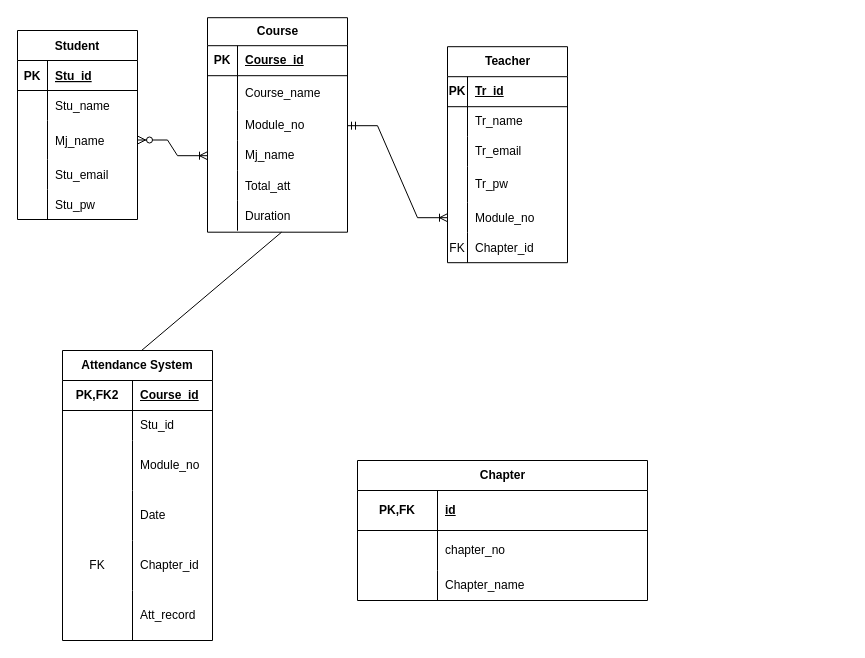
Above: ER.drawio in KhunMaungNgwee/InternShipProject (draw.io), before the change. Source tidied: cells renumbered, new cells numbered last; positions are measured from the earlier drawing's top-left corner, leaving out a move shared by most shapes. Both pictures are drawn from the tidied source at 100%, with x=0, y=0 at pixel (17, 17).
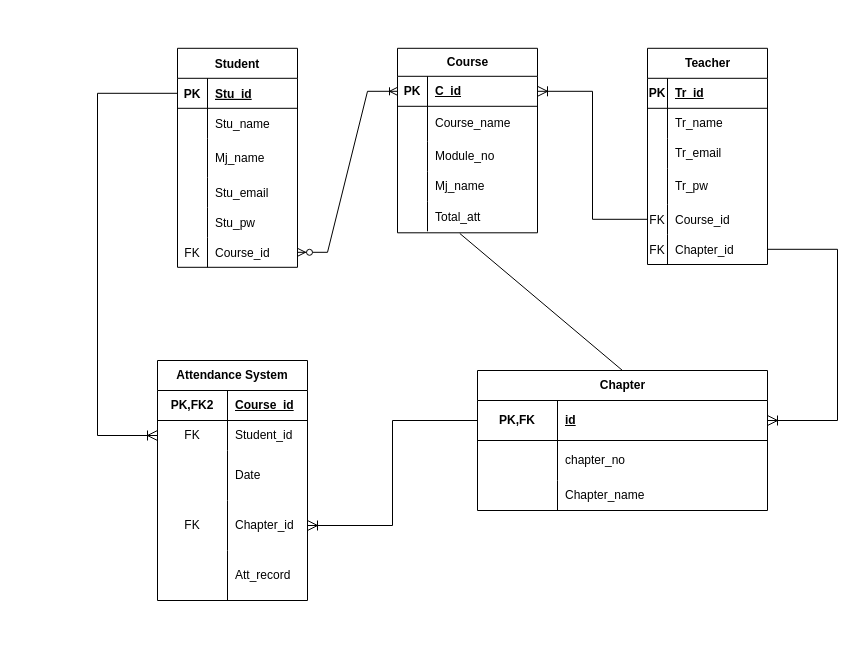
Above is the later version.

Unchanged cells that the change refers to:
```xml
<mxCell id="3" style="shape=partialRectangle;fillColor=none;points=[[0,0.5],[1,0.5]];portConstraint=eastwest;top=0;left=0;right=0;bottom=1;" parent="2" vertex="1">
  <mxGeometry y="30" width="120" height="30" as="geometry" />
</mxCell>
<mxCell id="9" style="shape=tableRow;horizontal=0;startSize=0;swimlaneHead=0;swimlaneBody=0;fillColor=none;points=[[0,0.5],[1,0.5]];portConstraint=eastwest;top=0;left=0;right=0;bottom=0;" parent="2" vertex="1">
  <mxGeometry y="90" width="120" height="39" as="geometry" />
</mxCell>
<mxCell id="19" style="shape=tableRow;horizontal=0;startSize=0;swimlaneHead=0;swimlaneBody=0;fillColor=none;points=[[0,0.5],[1,0.5]];portConstraint=eastwest;top=0;left=0;right=0;bottom=1;" parent="18" vertex="1">
  <mxGeometry y="28" width="140" height="30" as="geometry" />
</mxCell>
<mxCell id="25" style="shape=tableRow;horizontal=0;startSize=0;swimlaneHead=0;swimlaneBody=0;fillColor=none;points=[[0,0.5],[1,0.5]];portConstraint=eastwest;top=0;left=0;right=0;bottom=0;" parent="18" vertex="1">
  <mxGeometry y="93" width="140" height="30" as="geometry" />
</mxCell>
<mxCell id="28" style="shape=tableRow;horizontal=0;startSize=0;swimlaneHead=0;swimlaneBody=0;fillColor=none;points=[[0,0.5],[1,0.5]];portConstraint=eastwest;top=0;left=0;right=0;bottom=0;" parent="18" vertex="1">
  <mxGeometry y="123" width="140" height="30" as="geometry" />
</mxCell>
<mxCell id="31" style="shape=tableRow;horizontal=0;startSize=0;swimlaneHead=0;swimlaneBody=0;fillColor=none;points=[[0,0.5],[1,0.5]];portConstraint=eastwest;top=0;left=0;right=0;bottom=0;" parent="18" vertex="1">
  <mxGeometry y="153" width="140" height="30" as="geometry" />
</mxCell>
<mxCell id="41" style="shape=tableRow;horizontal=0;startSize=0;swimlaneHead=0;swimlaneBody=0;fillColor=none;points=[[0,0.5],[1,0.5]];portConstraint=eastwest;top=0;left=0;right=0;bottom=0;html=1;" parent="37" vertex="1">
  <mxGeometry y="60" width="150" height="30" as="geometry" />
</mxCell>
<mxCell id="79" style="shape=tableRow;horizontal=0;startSize=0;swimlaneHead=0;swimlaneBody=0;fillColor=none;points=[[0,0.5],[1,0.5]];portConstraint=eastwest;top=0;left=0;right=0;bottom=1;" parent="78" vertex="1">
  <mxGeometry y="30" width="290" height="40" as="geometry" />
</mxCell>
```

Change to the diagram source:
```diff
@@
     <mxCell id="2" value="Student" style="shape=table;startSize=30;childLayout=tableLayout;rowLines=0;fontStyle=1;align=center;" parent="1" vertex="1">
-      <mxGeometry y="13" width="120" height="189" as="geometry" />
+      <mxGeometry x="160" y="30.8" width="120" height="219" as="geometry" />
     </mxCell>
@@
+    <mxCell id="88" style="shape=tableRow;horizontal=0;startSize=0;swimlaneHead=0;swimlaneBody=0;fillColor=none;top=0;left=0;right=0;bottom=0;" parent="2" vertex="1">
+      <mxGeometry y="159" width="120" height="30" as="geometry" />
+    </mxCell>
+    <mxCell id="35" style="shape=partialRectangle;fillColor=none;top=0;left=0;bottom=0;right=0;overflow=hidden;" parent="88" vertex="1">
+      <mxGeometry width="30" height="30" as="geometry" />
+    </mxCell>
+    <mxCell id="89" value="Stu_pw" style="shape=partialRectangle;fillColor=none;top=0;left=0;bottom=0;right=0;align=left;spacingLeft=6;overflow=hidden;" parent="88" vertex="1">
+      <mxGeometry x="30" width="90" height="30" as="geometry" />
+    </mxCell>
     <mxCell id="15" style="shape=tableRow;horizontal=0;startSize=0;swimlaneHead=0;swimlaneBody=0;fillColor=none;points=[[0,0.5],[1,0.5]];portConstraint=eastwest;top=0;left=0;right=0;bottom=0;" parent="2" vertex="1">
-      <mxGeometry y="159" width="120" height="30" as="geometry" />
+      <mxGeometry y="189" width="120" height="30" as="geometry" />
     </mxCell>
-    <mxCell id="16" style="shape=partialRectangle;fillColor=none;top=0;left=0;bottom=0;right=0;overflow=hidden;" parent="15" vertex="1">
+    <mxCell id="16" value="FK" style="shape=partialRectangle;fillColor=none;top=0;left=0;bottom=0;right=0;overflow=hidden;" parent="15" vertex="1">
       <mxGeometry width="30" height="30" as="geometry" />
     </mxCell>
-    <mxCell id="17" value="Stu_pw" style="shape=partialRectangle;fillColor=none;top=0;left=0;bottom=0;right=0;align=left;spacingLeft=6;overflow=hidden;" parent="15" vertex="1">
+    <mxCell id="17" value="Course_id" style="shape=partialRectangle;fillColor=none;top=0;left=0;bottom=0;right=0;align=left;spacingLeft=6;overflow=hidden;" parent="15" vertex="1">
       <mxGeometry x="30" width="90" height="30" as="geometry" />
     </mxCell>
     <mxCell id="18" value="Course" style="shape=table;startSize=28;childLayout=tableLayout;rowLines=0;fontStyle=1;align=center;html=1;" parent="1" vertex="1">
-      <mxGeometry x="190" y="0.2" width="140" height="214.5" as="geometry" />
+      <mxGeometry x="380" y="30.8" width="140" height="184.5" as="geometry" />
     </mxCell>
@@
-    <mxCell id="21" value="Course_id" style="shape=partialRectangle;fillColor=none;top=0;left=0;bottom=0;right=0;align=left;spacingLeft=6;fontStyle=5;overflow=hidden;whiteSpace=wrap;html=1;" parent="19" vertex="1">
+    <mxCell id="21" value="C_id" style="shape=partialRectangle;fillColor=none;top=0;left=0;bottom=0;right=0;align=left;spacingLeft=6;fontStyle=5;overflow=hidden;whiteSpace=wrap;html=1;" parent="19" vertex="1">
       <mxGeometry x="30" width="110" height="30" as="geometry" />
     </mxCell>
@@
-    <mxCell id="34" style="shape=tableRow;horizontal=0;startSize=0;swimlaneHead=0;swimlaneBody=0;fillColor=none;points=[[0,0.5],[1,0.5]];portConstraint=eastwest;top=0;left=0;right=0;bottom=0;" parent="18" vertex="1">
-      <mxGeometry y="183" width="140" height="30" as="geometry" />
-    </mxCell>
-    <mxCell id="35" style="shape=partialRectangle;fillColor=none;top=0;left=0;bottom=0;right=0;overflow=hidden;" parent="34" vertex="1">
-      <mxGeometry width="30" height="30" as="geometry" />
-    </mxCell>
-    <mxCell id="36" value="Duration" style="shape=partialRectangle;fillColor=none;top=0;left=0;bottom=0;right=0;align=left;spacingLeft=6;overflow=hidden;" parent="34" vertex="1">
-      <mxGeometry x="30" width="110" height="30" as="geometry" />
-    </mxCell>
     <mxCell id="37" value="&lt;span style=&quot;text-wrap: nowrap;&quot;&gt;Attendance System&lt;/span&gt;" style="shape=table;startSize=30;childLayout=tableLayout;rowLines=0;fontStyle=1;align=center;html=1;whiteSpace=wrap;flipV=0;" parent="1" vertex="1">
-      <mxGeometry x="45" y="333" width="150" height="290" as="geometry" />
+      <mxGeometry x="140" y="343" width="150" height="240" as="geometry" />
     </mxCell>
@@
-    <mxCell id="42" style="shape=partialRectangle;fillColor=none;top=0;left=0;bottom=0;right=0;overflow=hidden;html=1;whiteSpace=wrap;" parent="41" vertex="1">
+    <mxCell id="42" value="FK" style="shape=partialRectangle;fillColor=none;top=0;left=0;bottom=0;right=0;overflow=hidden;html=1;whiteSpace=wrap;" parent="41" vertex="1">
       <mxGeometry width="70" height="30" as="geometry" />
     </mxCell>
-    <mxCell id="43" value="Stu_id" style="shape=partialRectangle;fillColor=none;top=0;left=0;bottom=0;right=0;align=left;spacingLeft=6;overflow=hidden;html=1;whiteSpace=wrap;" parent="41" vertex="1">
+    <mxCell id="43" value="Student_id" style="shape=partialRectangle;fillColor=none;top=0;left=0;bottom=0;right=0;align=left;spacingLeft=6;overflow=hidden;html=1;whiteSpace=wrap;" parent="41" vertex="1">
       <mxGeometry x="70" width="80" height="30" as="geometry" />
     </mxCell>
-    <mxCell id="44" style="shape=tableRow;horizontal=0;startSize=0;swimlaneHead=0;swimlaneBody=0;fillColor=none;top=0;left=0;right=0;bottom=0;html=1;" parent="37" vertex="1">
-      <mxGeometry y="90" width="150" height="50" as="geometry" />
-    </mxCell>
-    <mxCell id="45" style="shape=partialRectangle;fillColor=none;top=0;left=0;bottom=0;right=0;overflow=hidden;html=1;whiteSpace=wrap;" parent="44" vertex="1">
-      <mxGeometry width="70" height="50" as="geometry" />
-    </mxCell>
-    <mxCell id="46" value="Module_no" style="shape=partialRectangle;fillColor=none;top=0;left=0;bottom=0;right=0;align=left;spacingLeft=6;overflow=hidden;html=1;whiteSpace=wrap;" parent="44" vertex="1">
-      <mxGeometry x="70" width="80" height="50" as="geometry" />
-    </mxCell>
     <mxCell id="47" style="shape=tableRow;horizontal=0;startSize=0;swimlaneHead=0;swimlaneBody=0;fillColor=none;top=0;left=0;right=0;bottom=0;html=1;" parent="37" vertex="1">
-      <mxGeometry y="140" width="150" height="50" as="geometry" />
+      <mxGeometry y="90" width="150" height="50" as="geometry" />
     </mxCell>
@@
     <mxCell id="50" style="shape=tableRow;horizontal=0;startSize=0;swimlaneHead=0;swimlaneBody=0;fillColor=none;points=[[0,0.5],[1,0.5]];portConstraint=eastwest;top=0;left=0;right=0;bottom=0;html=1;" parent="37" vertex="1">
-      <mxGeometry y="190" width="150" height="50" as="geometry" />
+      <mxGeometry y="140" width="150" height="50" as="geometry" />
     </mxCell>
@@
     <mxCell id="53" style="shape=tableRow;horizontal=0;startSize=0;swimlaneHead=0;swimlaneBody=0;fillColor=none;top=0;left=0;right=0;bottom=0;html=1;" parent="37" vertex="1">
-      <mxGeometry y="240" width="150" height="50" as="geometry" />
+      <mxGeometry y="190" width="150" height="50" as="geometry" />
     </mxCell>
@@
     <mxCell id="56" value="Teacher" style="shape=table;startSize=30;childLayout=tableLayout;rowLines=0;fontStyle=1;align=center;html=1;" parent="1" vertex="1">
-      <mxGeometry x="430" y="29.2" width="120" height="216" as="geometry" />
+      <mxGeometry x="630" y="30.8" width="120" height="216.2" as="geometry" />
     </mxCell>
@@
-    <mxCell id="69" style="shape=tableRow;horizontal=0;startSize=0;swimlaneHead=0;swimlaneBody=0;fillColor=none;points=[[0,0.5],[1,0.5]];portConstraint=eastwest;top=0;left=0;right=0;bottom=0;" parent="56" vertex="1">
-      <mxGeometry y="156" width="120" height="30" as="geometry" />
-    </mxCell>
-    <mxCell id="70" style="shape=partialRectangle;fillColor=none;top=0;left=0;bottom=0;right=0;overflow=hidden;" parent="69" vertex="1">
-      <mxGeometry width="20" height="30" as="geometry" />
-    </mxCell>
-    <mxCell id="71" value="Module_no" style="shape=partialRectangle;fillColor=none;top=0;left=0;bottom=0;right=0;align=left;spacingLeft=6;overflow=hidden;" parent="69" vertex="1">
-      <mxGeometry x="20" width="100" height="30" as="geometry" />
-    </mxCell>
     <mxCell id="72" style="shape=tableRow;horizontal=0;startSize=0;swimlaneHead=0;swimlaneBody=0;fillColor=none;points=[[0,0.5],[1,0.5]];portConstraint=eastwest;top=0;left=0;right=0;bottom=0;" parent="56" vertex="1">
-      <mxGeometry y="186" width="120" height="30" as="geometry" />
+      <mxGeometry y="156" width="120" height="30" as="geometry" />
     </mxCell>
@@
-    <mxCell id="74" value="Chapter_id" style="shape=partialRectangle;fillColor=none;top=0;left=0;bottom=0;right=0;align=left;spacingLeft=6;overflow=hidden;" parent="72" vertex="1">
+    <mxCell id="74" value="Course_id" style="shape=partialRectangle;fillColor=none;top=0;left=0;bottom=0;right=0;align=left;spacingLeft=6;overflow=hidden;" parent="72" vertex="1">
       <mxGeometry x="20" width="100" height="30" as="geometry" />
     </mxCell>
-    <mxCell id="75" style="edgeStyle=entityRelationEdgeStyle;fontSize=12;html=1;endArrow=ERoneToMany;startArrow=ERmandOne;rounded=0;exitX=1;exitY=0.5;exitDx=0;exitDy=0;entryX=0;entryY=0.5;entryDx=0;entryDy=0;" parent="1" edge="1" source="25" target="69">
-      <mxGeometry relative="1" as="geometry">
-        <Array as="points">
-          <mxPoint x="575" y="105" />
-        </Array>
-      </mxGeometry>
-    </mxCell>
+    <mxCell id="90" style="shape=tableRow;horizontal=0;startSize=0;swimlaneHead=0;swimlaneBody=0;fillColor=none;points=[[0,0.5],[1,0.5]];portConstraint=eastwest;top=0;left=0;right=0;bottom=0;" parent="56" vertex="1">
+      <mxGeometry y="186" width="120" height="30" as="geometry" />
+    </mxCell>
+    <mxCell id="91" value="FK" style="shape=partialRectangle;fillColor=none;top=0;left=0;bottom=0;right=0;overflow=hidden;" parent="90" vertex="1">
+      <mxGeometry width="20" height="30" as="geometry" />
+    </mxCell>
+    <mxCell id="92" value="Chapter_id" style="shape=partialRectangle;fillColor=none;top=0;left=0;bottom=0;right=0;align=left;spacingLeft=6;overflow=hidden;" parent="90" vertex="1">
+      <mxGeometry x="20" width="100" height="30" as="geometry" />
+    </mxCell>
-    <mxCell id="76" style="edgeStyle=entityRelationEdgeStyle;fontSize=12;html=1;endArrow=ERoneToMany;startArrow=ERzeroToMany;rounded=0;exitX=1;exitY=0.5;exitDx=0;exitDy=0;entryX=0;entryY=0.5;entryDx=0;entryDy=0;" parent="1" edge="1" source="9" target="28">
+    <mxCell id="76" style="edgeStyle=entityRelationEdgeStyle;fontSize=12;html=1;endArrow=ERoneToMany;startArrow=ERzeroToMany;rounded=0;exitX=1;exitY=0.5;exitDx=0;exitDy=0;entryX=0;entryY=0.5;entryDx=0;entryDy=0;" parent="1" edge="1" source="15" target="19">
       <mxGeometry relative="1" as="geometry">
         <Array as="points">
           <mxPoint x="180" y="123" />
         </Array>
       </mxGeometry>
     </mxCell>
-    <mxCell id="77" style="endArrow=none;html=1;rounded=0;exitX=0.527;exitY=0;exitDx=0;exitDy=0;entryX=0.529;entryY=1.05;entryDx=0;entryDy=0;entryPerimeter=0;exitPerimeter=0;" parent="1" edge="1" source="37" target="34">
-      <mxGeometry relative="1" as="geometry" />
-    </mxCell>
     <mxCell id="78" value="Chapter" style="shape=table;startSize=30;childLayout=tableLayout;rowLines=0;fontStyle=1;align=center;html=1;" parent="1" vertex="1">
-      <mxGeometry x="340" y="443" width="290" height="140" as="geometry" />
+      <mxGeometry x="460" y="353" width="290" height="140" as="geometry" />
     </mxCell>
@@
+    <mxCell id="93" style="edgeStyle=elbowEdgeStyle;fontSize=12;html=1;endArrow=ERoneToMany;rounded=0;startSize=8;endSize=8;entryX=1;entryY=0.5;entryDx=0;entryDy=0;exitX=1;exitY=0.5;exitDx=0;exitDy=0;" parent="1" edge="1" source="90" target="79">
+      <mxGeometry relative="1" as="geometry">
+        <Array as="points">
+          <mxPoint x="820" y="313" />
+        </Array>
+      </mxGeometry>
+    </mxCell>
+    <mxCell id="94" style="edgeStyle=orthogonalEdgeStyle;fontSize=12;html=1;endArrow=ERoneToMany;rounded=0;startSize=8;endSize=8;exitX=0;exitY=0.5;exitDx=0;exitDy=0;" parent="1" edge="1" source="79" target="50">
+      <mxGeometry relative="1" as="geometry" />
+    </mxCell>
+    <mxCell id="95" style="edgeStyle=elbowEdgeStyle;fontSize=12;html=1;endArrow=ERoneToMany;rounded=0;startSize=8;endSize=8;exitX=0;exitY=0.5;exitDx=0;exitDy=0;entryX=0;entryY=0.5;entryDx=0;entryDy=0;" parent="1" edge="1" source="3" target="41">
+      <mxGeometry relative="1" as="geometry">
+        <Array as="points">
+          <mxPoint x="80" y="253" />
+        </Array>
+      </mxGeometry>
+    </mxCell>
+    <mxCell id="96" style="endArrow=none;html=1;rounded=0;fontSize=12;startSize=8;endSize=8;exitX=0.5;exitY=0;exitDx=0;exitDy=0;entryX=0.445;entryY=1.072;entryDx=0;entryDy=0;entryPerimeter=0;" parent="1" edge="1" source="78" target="31">
+      <mxGeometry relative="1" as="geometry" />
+    </mxCell>
+    <mxCell id="97" style="edgeStyle=elbowEdgeStyle;fontSize=12;html=1;endArrow=ERoneToMany;rounded=0;startSize=8;endSize=8;exitX=0;exitY=0.5;exitDx=0;exitDy=0;entryX=1;entryY=0.5;entryDx=0;entryDy=0;" parent="1" edge="1" source="72" target="19">
+      <mxGeometry relative="1" as="geometry" />
+    </mxCell>
```
